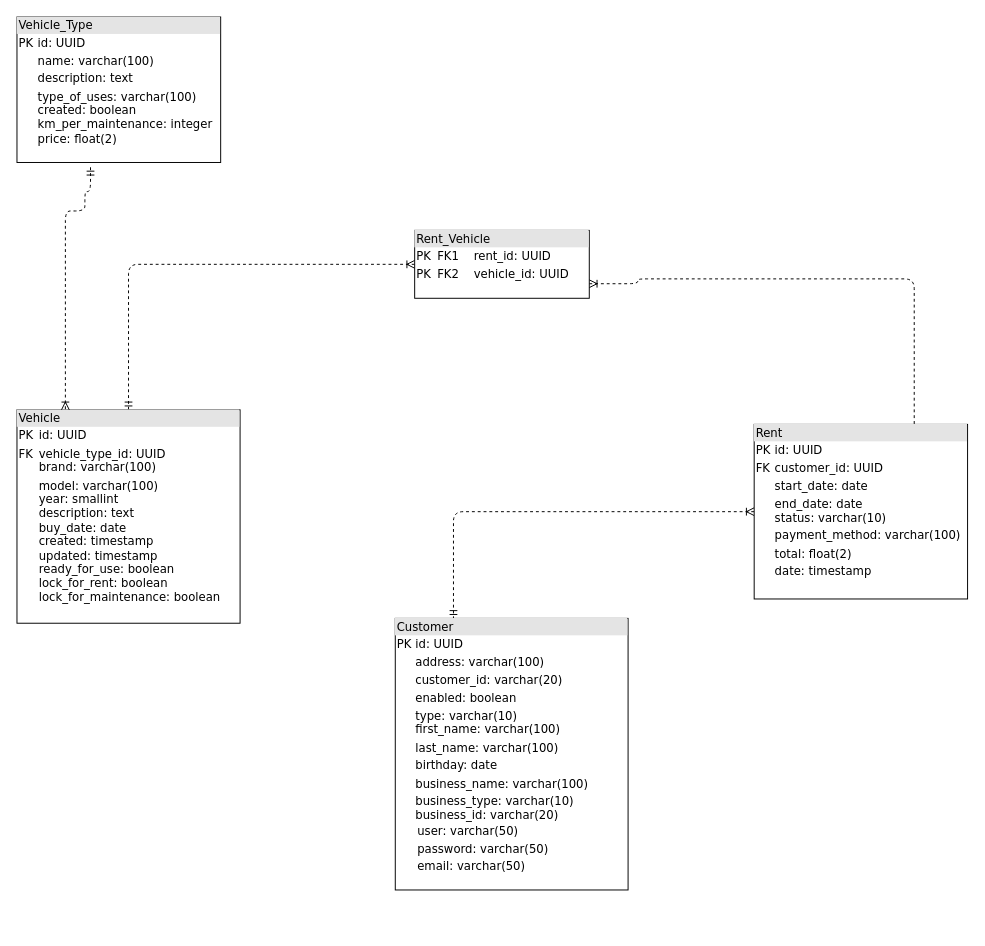
leonardopaolini/ChangosRent keeps this draw.io diagram as docs/design/ERD-vehicle-rent-application .drawio. Above is the earlier version. Source tidied: cells renumbered, new cells numbered last; positions are measured from the earlier drawing's top-left corner, leaving out a move shared by most shapes. Both pictures are drawn from the tidied source at 97%, with x=0, y=0 at pixel (16, 16).
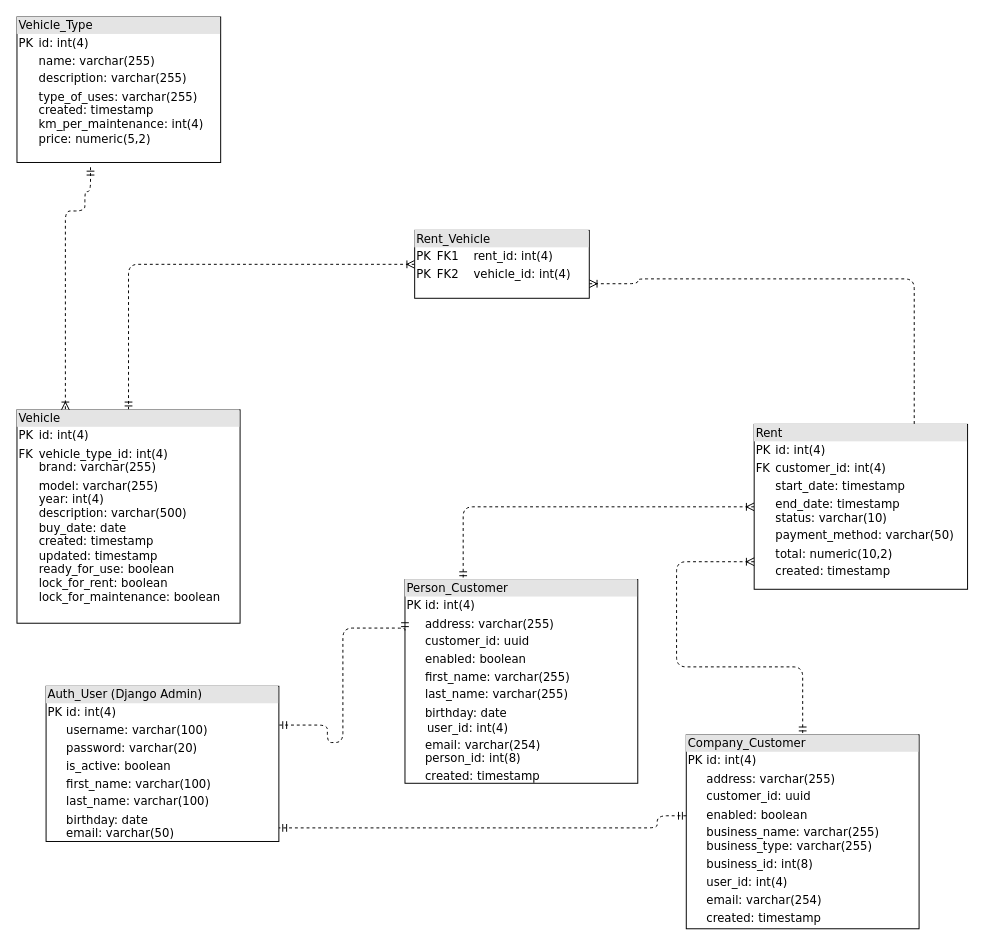
After the change.

What changed in the source:
```diff
@@
-    <mxCell id="4" value="&lt;div style=&quot;box-sizing: border-box ; width: 100% ; background: #e4e4e4 ; padding: 2px&quot;&gt;Rent_Vehicle&lt;/div&gt;&lt;table style=&quot;width: 100% ; font-size: 1em&quot; cellpadding=&quot;2&quot; cellspacing=&quot;0&quot;&gt;&lt;tbody&gt;&lt;tr&gt;&lt;td&gt;PK&lt;/td&gt;&lt;td&gt;FK1&amp;nbsp; &amp;nbsp; rent_id: UUID&lt;/td&gt;&lt;/tr&gt;&lt;tr&gt;&lt;td&gt;PK&lt;/td&gt;&lt;td&gt;FK2&amp;nbsp; &amp;nbsp; vehicle_id: UUID&lt;/td&gt;&lt;/tr&gt;&lt;tr&gt;&lt;td&gt;&lt;br&gt;&lt;/td&gt;&lt;td&gt;&lt;br&gt;&lt;/td&gt;&lt;/tr&gt;&lt;tr&gt;&lt;td&gt;&lt;br&gt;&lt;/td&gt;&lt;td&gt;&lt;br&gt;&lt;/td&gt;&lt;/tr&gt;&lt;tr&gt;&lt;td&gt;&lt;/td&gt;&lt;td&gt;&lt;br&gt;&lt;/td&gt;&lt;/tr&gt;&lt;tr&gt;&lt;td&gt;&lt;/td&gt;&lt;td&gt;&lt;br&gt;&lt;/td&gt;&lt;/tr&gt;&lt;/tbody&gt;&lt;/table&gt;" style="verticalAlign=top;align=left;overflow=fill;html=1;rounded=0;shadow=0;comic=0;labelBackgroundColor=none;strokeWidth=1;fontFamily=Verdana;fontSize=12;" parent="1" vertex="1">
+    <mxCell id="4" value="&lt;div style=&quot;box-sizing: border-box ; width: 100% ; background: #e4e4e4 ; padding: 2px&quot;&gt;Rent_Vehicle&lt;/div&gt;&lt;table style=&quot;width: 100% ; font-size: 1em&quot; cellpadding=&quot;2&quot; cellspacing=&quot;0&quot;&gt;&lt;tbody&gt;&lt;tr&gt;&lt;td&gt;PK&lt;/td&gt;&lt;td&gt;FK1&amp;nbsp; &amp;nbsp; rent_id: int(4)&lt;/td&gt;&lt;/tr&gt;&lt;tr&gt;&lt;td&gt;PK&lt;/td&gt;&lt;td&gt;FK2&amp;nbsp; &amp;nbsp; vehicle_id: int(4)&lt;/td&gt;&lt;/tr&gt;&lt;tr&gt;&lt;td&gt;&lt;br&gt;&lt;/td&gt;&lt;td&gt;&lt;br&gt;&lt;/td&gt;&lt;/tr&gt;&lt;tr&gt;&lt;td&gt;&lt;br&gt;&lt;/td&gt;&lt;td&gt;&lt;br&gt;&lt;/td&gt;&lt;/tr&gt;&lt;tr&gt;&lt;td&gt;&lt;/td&gt;&lt;td&gt;&lt;br&gt;&lt;/td&gt;&lt;/tr&gt;&lt;tr&gt;&lt;td&gt;&lt;/td&gt;&lt;td&gt;&lt;br&gt;&lt;/td&gt;&lt;/tr&gt;&lt;/tbody&gt;&lt;/table&gt;" style="verticalAlign=top;align=left;overflow=fill;html=1;rounded=0;shadow=0;comic=0;labelBackgroundColor=none;strokeWidth=1;fontFamily=Verdana;fontSize=12;" parent="1" vertex="1">
       <mxGeometry x="410" y="220" width="180" height="70" as="geometry" />
     </mxCell>
-    <mxCell id="5" value="&lt;div style=&quot;box-sizing: border-box ; width: 100% ; background: #e4e4e4 ; padding: 2px&quot;&gt;Vehicle_Type&lt;/div&gt;&lt;table style=&quot;width: 100% ; font-size: 1em&quot; cellpadding=&quot;2&quot; cellspacing=&quot;0&quot;&gt;&lt;tbody&gt;&lt;tr&gt;&lt;td&gt;PK&lt;/td&gt;&lt;td&gt;id: UUID&lt;/td&gt;&lt;/tr&gt;&lt;tr&gt;&lt;td&gt;&lt;br&gt;&lt;/td&gt;&lt;td&gt;name: varchar(100)&lt;/td&gt;&lt;/tr&gt;&lt;tr&gt;&lt;td&gt;&lt;/td&gt;&lt;td&gt;description: text&lt;/td&gt;&lt;/tr&gt;&lt;tr&gt;&lt;td&gt;&lt;br&gt;&lt;/td&gt;&lt;td&gt;type_of_uses: varchar(100)&lt;br&gt;created: boolean&lt;br&gt;km_per_maintenance: integer&lt;br&gt;price: float(2)&lt;/td&gt;&lt;/tr&gt;&lt;/tbody&gt;&lt;/table&gt;" style="verticalAlign=top;align=left;overflow=fill;html=1;rounded=0;shadow=0;comic=0;labelBackgroundColor=none;strokeWidth=1;fontFamily=Verdana;fontSize=12;" parent="1" vertex="1">
+    <mxCell id="5" value="&lt;div style=&quot;box-sizing: border-box ; width: 100% ; background: #e4e4e4 ; padding: 2px&quot;&gt;Vehicle_Type&lt;/div&gt;&lt;table style=&quot;width: 100% ; font-size: 1em&quot; cellpadding=&quot;2&quot; cellspacing=&quot;0&quot;&gt;&lt;tbody&gt;&lt;tr&gt;&lt;td&gt;PK&lt;/td&gt;&lt;td&gt;id: int(4)&lt;/td&gt;&lt;/tr&gt;&lt;tr&gt;&lt;td&gt;&lt;br&gt;&lt;/td&gt;&lt;td&gt;name: varchar(255)&lt;/td&gt;&lt;/tr&gt;&lt;tr&gt;&lt;td&gt;&lt;/td&gt;&lt;td&gt;description: varchar(255)&lt;/td&gt;&lt;/tr&gt;&lt;tr&gt;&lt;td&gt;&lt;br&gt;&lt;/td&gt;&lt;td&gt;type_of_uses: varchar(255)&lt;br&gt;created: timestamp&lt;br&gt;km_per_maintenance: int(4)&lt;br&gt;price: numeric(5,2)&lt;br&gt;&lt;br&gt;&lt;/td&gt;&lt;/tr&gt;&lt;/tbody&gt;&lt;/table&gt;" style="verticalAlign=top;align=left;overflow=fill;html=1;rounded=0;shadow=0;comic=0;labelBackgroundColor=none;strokeWidth=1;fontFamily=Verdana;fontSize=12;" parent="1" vertex="1">
       <mxGeometry width="210" height="150" as="geometry" />
     </mxCell>
@@
-    <mxCell id="7" value="&lt;div style=&quot;box-sizing: border-box ; width: 100% ; background: #e4e4e4 ; padding: 2px&quot;&gt;Rent&lt;/div&gt;&lt;table style=&quot;width: 100% ; font-size: 1em&quot; cellpadding=&quot;2&quot; cellspacing=&quot;0&quot;&gt;&lt;tbody&gt;&lt;tr&gt;&lt;td&gt;PK&lt;/td&gt;&lt;td&gt;id: UUID&lt;/td&gt;&lt;/tr&gt;&lt;tr&gt;&lt;td&gt;FK&lt;/td&gt;&lt;td&gt;customer_id: UUID&lt;/td&gt;&lt;/tr&gt;&lt;tr&gt;&lt;td&gt;&lt;/td&gt;&lt;td&gt;start_date: date&lt;/td&gt;&lt;/tr&gt;&lt;tr&gt;&lt;td&gt;&lt;br&gt;&lt;/td&gt;&lt;td&gt;end_date: date&lt;br&gt;status: varchar(10)&lt;/td&gt;&lt;/tr&gt;&lt;tr&gt;&lt;td&gt;&lt;br&gt;&lt;/td&gt;&lt;td&gt;payment_method: varchar(100)&lt;br&gt;&lt;/td&gt;&lt;/tr&gt;&lt;tr&gt;&lt;td&gt;&lt;br&gt;&lt;/td&gt;&lt;td&gt;total: float(2)&lt;br&gt;&lt;/td&gt;&lt;/tr&gt;&lt;tr&gt;&lt;td&gt;&lt;br&gt;&lt;/td&gt;&lt;td&gt;date: timestamp&lt;br&gt;&lt;/td&gt;&lt;/tr&gt;&lt;tr&gt;&lt;td&gt;&lt;br&gt;&lt;/td&gt;&lt;td&gt;&lt;br&gt;&lt;/td&gt;&lt;/tr&gt;&lt;tr&gt;&lt;td&gt;&lt;br&gt;&lt;/td&gt;&lt;td&gt;&lt;br&gt;&lt;/td&gt;&lt;/tr&gt;&lt;tr&gt;&lt;td&gt;&lt;br&gt;&lt;/td&gt;&lt;td&gt;&lt;br&gt;&lt;/td&gt;&lt;/tr&gt;&lt;tr&gt;&lt;td&gt;&lt;br&gt;&lt;/td&gt;&lt;td&gt;&lt;br&gt;&lt;/td&gt;&lt;/tr&gt;&lt;tr&gt;&lt;td&gt;&lt;br&gt;&lt;/td&gt;&lt;td&gt;&lt;br&gt;&lt;/td&gt;&lt;/tr&gt;&lt;/tbody&gt;&lt;/table&gt;" style="verticalAlign=top;align=left;overflow=fill;html=1;rounded=0;shadow=0;comic=0;labelBackgroundColor=none;strokeWidth=1;fontFamily=Verdana;fontSize=12;" parent="1" vertex="1">
-      <mxGeometry x="760" y="420" width="220" height="180" as="geometry" />
+    <mxCell id="7" value="&lt;div style=&quot;box-sizing: border-box ; width: 100% ; background: #e4e4e4 ; padding: 2px&quot;&gt;Rent&lt;/div&gt;&lt;table style=&quot;width: 100% ; font-size: 1em&quot; cellpadding=&quot;2&quot; cellspacing=&quot;0&quot;&gt;&lt;tbody&gt;&lt;tr&gt;&lt;td&gt;PK&lt;/td&gt;&lt;td&gt;id: int(4)&lt;/td&gt;&lt;/tr&gt;&lt;tr&gt;&lt;td&gt;FK&lt;/td&gt;&lt;td&gt;customer_id: int(4)&lt;/td&gt;&lt;/tr&gt;&lt;tr&gt;&lt;td&gt;&lt;/td&gt;&lt;td&gt;start_date: timestamp&lt;/td&gt;&lt;/tr&gt;&lt;tr&gt;&lt;td&gt;&lt;br&gt;&lt;/td&gt;&lt;td&gt;end_date: timestamp&lt;br&gt;status: varchar(10)&lt;/td&gt;&lt;/tr&gt;&lt;tr&gt;&lt;td&gt;&lt;br&gt;&lt;/td&gt;&lt;td&gt;payment_method: varchar(50)&lt;br&gt;&lt;/td&gt;&lt;/tr&gt;&lt;tr&gt;&lt;td&gt;&lt;br&gt;&lt;/td&gt;&lt;td&gt;total: numeric(10,2)&lt;br&gt;&lt;/td&gt;&lt;/tr&gt;&lt;tr&gt;&lt;td&gt;&lt;br&gt;&lt;/td&gt;&lt;td&gt;created: timestamp&lt;br&gt;&lt;/td&gt;&lt;/tr&gt;&lt;tr&gt;&lt;td&gt;&lt;br&gt;&lt;/td&gt;&lt;td&gt;&lt;br&gt;&lt;/td&gt;&lt;/tr&gt;&lt;tr&gt;&lt;td&gt;&lt;br&gt;&lt;/td&gt;&lt;td&gt;&lt;br&gt;&lt;/td&gt;&lt;/tr&gt;&lt;tr&gt;&lt;td&gt;&lt;br&gt;&lt;/td&gt;&lt;td&gt;&lt;br&gt;&lt;/td&gt;&lt;/tr&gt;&lt;tr&gt;&lt;td&gt;&lt;br&gt;&lt;/td&gt;&lt;td&gt;&lt;br&gt;&lt;/td&gt;&lt;/tr&gt;&lt;tr&gt;&lt;td&gt;&lt;br&gt;&lt;/td&gt;&lt;td&gt;&lt;br&gt;&lt;/td&gt;&lt;/tr&gt;&lt;/tbody&gt;&lt;/table&gt;" style="verticalAlign=top;align=left;overflow=fill;html=1;rounded=0;shadow=0;comic=0;labelBackgroundColor=none;strokeWidth=1;fontFamily=Verdana;fontSize=12;" parent="1" vertex="1">
+      <mxGeometry x="760" y="420" width="220" height="170" as="geometry" />
     </mxCell>
-    <mxCell id="8" value="&lt;div style=&quot;box-sizing:border-box;width:100%;background:#e4e4e4;padding:2px;&quot;&gt;Vehicle&lt;/div&gt;&lt;table style=&quot;width:100%;font-size:1em;&quot; cellpadding=&quot;2&quot; cellspacing=&quot;0&quot;&gt;&lt;tbody&gt;&lt;tr&gt;&lt;td&gt;PK&lt;/td&gt;&lt;td&gt;id: UUID&lt;/td&gt;&lt;/tr&gt;&lt;tr&gt;&lt;td&gt;FK&lt;br&gt;&lt;br&gt;&lt;/td&gt;&lt;td&gt;vehicle_type_id: UUID&lt;br&gt;brand: varchar(100)&lt;/td&gt;&lt;/tr&gt;&lt;tr&gt;&lt;td&gt;&lt;/td&gt;&lt;td&gt;model: varchar(100)&lt;br&gt;year: smallint&lt;br&gt;description: text&lt;br&gt;buy_date: date&lt;br&gt;created: timestamp&lt;br&gt;updated: timestamp&lt;br&gt;ready_for_use: boolean&lt;br&gt;lock_for_rent: boolean&lt;br&gt;lock_for_maintenance: boolean&lt;br&gt;&lt;br&gt;&lt;br&gt;&lt;/td&gt;&lt;/tr&gt;&lt;/tbody&gt;&lt;/table&gt;" style="verticalAlign=top;align=left;overflow=fill;html=1;rounded=0;shadow=0;comic=0;labelBackgroundColor=none;strokeWidth=1;fontFamily=Verdana;fontSize=12;" parent="1" vertex="1">
+    <mxCell id="8" value="&lt;div style=&quot;box-sizing:border-box;width:100%;background:#e4e4e4;padding:2px;&quot;&gt;Vehicle&lt;/div&gt;&lt;table style=&quot;width:100%;font-size:1em;&quot; cellpadding=&quot;2&quot; cellspacing=&quot;0&quot;&gt;&lt;tbody&gt;&lt;tr&gt;&lt;td&gt;PK&lt;/td&gt;&lt;td&gt;id: int(4)&lt;/td&gt;&lt;/tr&gt;&lt;tr&gt;&lt;td&gt;FK&lt;br&gt;&lt;br&gt;&lt;/td&gt;&lt;td&gt;vehicle_type_id: int(4)&lt;br&gt;brand: varchar(255)&lt;/td&gt;&lt;/tr&gt;&lt;tr&gt;&lt;td&gt;&lt;/td&gt;&lt;td&gt;model: varchar(255)&lt;br&gt;year: int(4)&lt;br&gt;description: varchar(500)&lt;br&gt;buy_date: date&lt;br&gt;created: timestamp&lt;br&gt;updated: timestamp&lt;br&gt;ready_for_use: boolean&lt;br&gt;lock_for_rent: boolean&lt;br&gt;lock_for_maintenance: boolean&lt;br&gt;&lt;br&gt;&lt;br&gt;&lt;/td&gt;&lt;/tr&gt;&lt;/tbody&gt;&lt;/table&gt;" style="verticalAlign=top;align=left;overflow=fill;html=1;rounded=0;shadow=0;comic=0;labelBackgroundColor=none;strokeWidth=1;fontFamily=Verdana;fontSize=12;" parent="1" vertex="1">
       <mxGeometry y="405" width="230" height="220" as="geometry" />
     </mxCell>
-    <mxCell id="9" value="&lt;div style=&quot;box-sizing: border-box ; width: 100% ; background: #e4e4e4 ; padding: 2px&quot;&gt;Customer&lt;/div&gt;&lt;table style=&quot;width: 100% ; font-size: 1em&quot; cellpadding=&quot;2&quot; cellspacing=&quot;0&quot;&gt;&lt;tbody&gt;&lt;tr&gt;&lt;td&gt;PK&lt;/td&gt;&lt;td&gt;id: UUID&lt;/td&gt;&lt;/tr&gt;&lt;tr&gt;&lt;td&gt;&lt;br&gt;&lt;/td&gt;&lt;td&gt;address: varchar(100)&lt;/td&gt;&lt;/tr&gt;&lt;tr&gt;&lt;td&gt;&lt;/td&gt;&lt;td&gt;customer_id: varchar(20)&lt;/td&gt;&lt;/tr&gt;&lt;tr&gt;&lt;td&gt;&lt;br&gt;&lt;/td&gt;&lt;td&gt;enabled: boolean&lt;br&gt;&lt;/td&gt;&lt;/tr&gt;&lt;tr&gt;&lt;td&gt;&lt;br&gt;&lt;br&gt;&lt;/td&gt;&lt;td&gt;type: varchar(10)&lt;br&gt;first_name: varchar(100)&lt;br&gt;&lt;/td&gt;&lt;/tr&gt;&lt;tr&gt;&lt;td&gt;&lt;br&gt;&lt;/td&gt;&lt;td&gt;last_name: varchar(100)&lt;br&gt;&lt;/td&gt;&lt;/tr&gt;&lt;tr&gt;&lt;td&gt;&lt;br&gt;&lt;/td&gt;&lt;td&gt;birthday: date&lt;br&gt;&lt;/td&gt;&lt;/tr&gt;&lt;tr&gt;&lt;td&gt;&lt;br&gt;&lt;/td&gt;&lt;td&gt;business_name: varchar(100)&lt;br&gt;&lt;/td&gt;&lt;/tr&gt;&lt;tr&gt;&lt;td&gt;&lt;br&gt;&lt;/td&gt;&lt;td&gt;business_type: varchar(10)&lt;br&gt;business_id: varchar(20)&lt;br&gt;&lt;table style=&quot;font-size: 1em; width: 240px;&quot; cellpadding=&quot;2&quot; cellspacing=&quot;0&quot;&gt;&lt;tbody&gt;&lt;tr&gt;&lt;td&gt;user: varchar(50)&lt;/td&gt;&lt;/tr&gt;&lt;tr&gt;&lt;td&gt;password: varchar(50)&lt;span style=&quot;white-space: pre;&quot;&gt;&#9;&lt;/span&gt;&lt;span style=&quot;white-space: pre;&quot;&gt;&#9;&lt;/span&gt;&lt;span style=&quot;white-space: pre;&quot;&gt;&#9;&lt;/span&gt;&lt;span style=&quot;white-space: pre;&quot;&gt;&#9;&lt;/span&gt;&lt;br&gt;&lt;/td&gt;&lt;td&gt;&lt;br&gt;&lt;/td&gt;&lt;/tr&gt;&lt;tr&gt;&lt;td&gt;email: varchar(50)&lt;br&gt;&lt;/td&gt;&lt;td&gt;&lt;br&gt;&lt;/td&gt;&lt;/tr&gt;&lt;/tbody&gt;&lt;/table&gt;&lt;/td&gt;&lt;/tr&gt;&lt;tr&gt;&lt;td&gt;&lt;br&gt;&lt;/td&gt;&lt;td&gt;&lt;br&gt;&lt;/td&gt;&lt;/tr&gt;&lt;/tbody&gt;&lt;/table&gt;" style="verticalAlign=top;align=left;overflow=fill;html=1;rounded=0;shadow=0;comic=0;labelBackgroundColor=none;strokeWidth=1;fontFamily=Verdana;fontSize=12;" parent="1" vertex="1">
-      <mxGeometry x="390" y="620" width="240" height="280" as="geometry" />
+    <mxCell id="9" value="&lt;div style=&quot;box-sizing: border-box ; width: 100% ; background: #e4e4e4 ; padding: 2px&quot;&gt;Person_Customer&lt;/div&gt;&lt;table style=&quot;width: 100% ; font-size: 1em&quot; cellpadding=&quot;2&quot; cellspacing=&quot;0&quot;&gt;&lt;tbody&gt;&lt;tr&gt;&lt;td&gt;PK&lt;/td&gt;&lt;td&gt;id: int(4)&lt;/td&gt;&lt;/tr&gt;&lt;tr&gt;&lt;td&gt;&lt;br&gt;&lt;/td&gt;&lt;td&gt;address: varchar(255)&lt;/td&gt;&lt;/tr&gt;&lt;tr&gt;&lt;td&gt;&lt;/td&gt;&lt;td&gt;customer_id: uuid&lt;/td&gt;&lt;/tr&gt;&lt;tr&gt;&lt;td&gt;&lt;br&gt;&lt;/td&gt;&lt;td&gt;enabled: boolean&lt;br&gt;&lt;/td&gt;&lt;/tr&gt;&lt;tr&gt;&lt;td&gt;&lt;br&gt;&lt;/td&gt;&lt;td&gt;first_name: varchar(255)&lt;br&gt;&lt;/td&gt;&lt;/tr&gt;&lt;tr&gt;&lt;td&gt;&lt;br&gt;&lt;/td&gt;&lt;td&gt;last_name: varchar(255)&lt;br&gt;&lt;/td&gt;&lt;/tr&gt;&lt;tr&gt;&lt;td&gt;&lt;br&gt;&lt;/td&gt;&lt;td&gt;birthday: date&lt;br&gt;&lt;table style=&quot;font-size: 1em; width: 240px;&quot; cellpadding=&quot;2&quot; cellspacing=&quot;0&quot;&gt;&lt;tbody&gt;&lt;tr&gt;&lt;td&gt;user_id: int(4)&lt;/td&gt;&lt;/tr&gt;&lt;tr&gt;&lt;/tr&gt;&lt;/tbody&gt;&lt;/table&gt;email: varchar(254)&lt;br&gt;person_id: int(8)&lt;/td&gt;&lt;/tr&gt;&lt;tr&gt;&lt;td&gt;&lt;/td&gt;&lt;td&gt;created: timestamp&lt;br&gt;&lt;/td&gt;&lt;/tr&gt;&lt;tr&gt;&lt;td&gt;&lt;/td&gt;&lt;td&gt;&lt;table style=&quot;font-size: 1em; width: 240px;&quot; cellpadding=&quot;2&quot; cellspacing=&quot;0&quot;&gt;&lt;tbody&gt;&lt;/tbody&gt;&lt;/table&gt;&lt;/td&gt;&lt;/tr&gt;&lt;/tbody&gt;&lt;/table&gt;" style="verticalAlign=top;align=left;overflow=fill;html=1;rounded=0;shadow=0;comic=0;labelBackgroundColor=none;strokeWidth=1;fontFamily=Verdana;fontSize=12;" parent="1" vertex="1">
+      <mxGeometry x="400" y="580" width="240" height="210" as="geometry" />
     </mxCell>
@@
+    <mxCell id="11" value="&lt;div style=&quot;box-sizing: border-box ; width: 100% ; background: #e4e4e4 ; padding: 2px&quot;&gt;Company_Customer&lt;/div&gt;&lt;table style=&quot;width: 100% ; font-size: 1em&quot; cellpadding=&quot;2&quot; cellspacing=&quot;0&quot;&gt;&lt;tbody&gt;&lt;tr&gt;&lt;td&gt;PK&lt;/td&gt;&lt;td&gt;id: int(4)&lt;/td&gt;&lt;/tr&gt;&lt;tr&gt;&lt;td&gt;&lt;br&gt;&lt;/td&gt;&lt;td&gt;address: varchar(255)&lt;/td&gt;&lt;/tr&gt;&lt;tr&gt;&lt;td&gt;&lt;/td&gt;&lt;td&gt;customer_id: uuid&lt;/td&gt;&lt;/tr&gt;&lt;tr&gt;&lt;td&gt;&lt;br&gt;&lt;/td&gt;&lt;td&gt;enabled: boolean&lt;br&gt;&lt;/td&gt;&lt;/tr&gt;&lt;tr&gt;&lt;td&gt;&lt;br&gt;&lt;br&gt;&lt;/td&gt;&lt;td&gt;business_name: varchar(255)&lt;br&gt;business_type: varchar(255)&lt;br&gt;&lt;/td&gt;&lt;/tr&gt;&lt;tr&gt;&lt;td&gt;&lt;br&gt;&lt;/td&gt;&lt;td&gt;business_id: int(8)&lt;br&gt;&lt;/td&gt;&lt;/tr&gt;&lt;tr&gt;&lt;td&gt;&lt;br&gt;&lt;/td&gt;&lt;td&gt;user_id: int(4)&lt;br&gt;&lt;/td&gt;&lt;/tr&gt;&lt;tr&gt;&lt;td&gt;&lt;br&gt;&lt;/td&gt;&lt;td&gt;email: varchar(254)&lt;br&gt;&lt;/td&gt;&lt;/tr&gt;&lt;tr&gt;&lt;td&gt;&lt;br&gt;&lt;/td&gt;&lt;td&gt;created: timestamp&lt;br&gt;&lt;br&gt;&lt;table style=&quot;font-size: 1em; width: 240px;&quot; cellpadding=&quot;2&quot; cellspacing=&quot;0&quot;&gt;&lt;tbody&gt;&lt;tr&gt;&lt;td&gt;&lt;/td&gt;&lt;/tr&gt;&lt;tr&gt;&lt;td&gt;&lt;span style=&quot;white-space: pre;&quot;&gt;&#9;&lt;/span&gt;&lt;span style=&quot;white-space: pre;&quot;&gt;&#9;&lt;/span&gt;&lt;span style=&quot;white-space: pre;&quot;&gt;&#9;&lt;/span&gt;&lt;span style=&quot;white-space: pre;&quot;&gt;&#9;&lt;/span&gt;&lt;br&gt;&lt;/td&gt;&lt;td&gt;&lt;br&gt;&lt;/td&gt;&lt;/tr&gt;&lt;tr&gt;&lt;td&gt;&lt;br&gt;&lt;/td&gt;&lt;td&gt;&lt;br&gt;&lt;/td&gt;&lt;/tr&gt;&lt;/tbody&gt;&lt;/table&gt;&lt;/td&gt;&lt;/tr&gt;&lt;tr&gt;&lt;td&gt;&lt;br&gt;&lt;/td&gt;&lt;td&gt;&lt;br&gt;&lt;/td&gt;&lt;/tr&gt;&lt;/tbody&gt;&lt;/table&gt;" style="verticalAlign=top;align=left;overflow=fill;html=1;rounded=0;shadow=0;comic=0;labelBackgroundColor=none;strokeWidth=1;fontFamily=Verdana;fontSize=12;" parent="1" vertex="1">
+      <mxGeometry x="690" y="740" width="240" height="200" as="geometry" />
+    </mxCell>
+    <mxCell id="12" style="edgeStyle=orthogonalEdgeStyle;html=1;dashed=1;labelBackgroundColor=none;startArrow=ERoneToMany;endArrow=ERmandOne;fontFamily=Verdana;fontSize=12;align=left;endFill=0;startFill=0;exitX=0;exitY=0.833;exitDx=0;exitDy=0;exitPerimeter=0;" parent="1" edge="1" source="7" target="11">
+      <mxGeometry relative="1" as="geometry">
+        <Array as="points">
+          <mxPoint x="680" y="562" />
+          <mxPoint x="680" y="670" />
+          <mxPoint x="810" y="670" />
+        </Array>
+      </mxGeometry>
+    </mxCell>
+    <mxCell id="13" value="&lt;div style=&quot;box-sizing: border-box ; width: 100% ; background: #e4e4e4 ; padding: 2px&quot;&gt;Auth_User (Django Admin)&lt;/div&gt;&lt;table style=&quot;width: 100% ; font-size: 1em&quot; cellpadding=&quot;2&quot; cellspacing=&quot;0&quot;&gt;&lt;tbody&gt;&lt;tr&gt;&lt;td&gt;PK&lt;/td&gt;&lt;td&gt;id: int(4)&lt;/td&gt;&lt;/tr&gt;&lt;tr&gt;&lt;td&gt;&lt;br&gt;&lt;/td&gt;&lt;td&gt;username: varchar(100)&lt;/td&gt;&lt;/tr&gt;&lt;tr&gt;&lt;td&gt;&lt;/td&gt;&lt;td&gt;password: varchar(20)&lt;/td&gt;&lt;/tr&gt;&lt;tr&gt;&lt;td&gt;&lt;br&gt;&lt;/td&gt;&lt;td&gt;is_active: boolean&lt;br&gt;&lt;/td&gt;&lt;/tr&gt;&lt;tr&gt;&lt;td&gt;&lt;br&gt;&lt;/td&gt;&lt;td&gt;first_name: varchar(100)&lt;br&gt;&lt;/td&gt;&lt;/tr&gt;&lt;tr&gt;&lt;td&gt;&lt;br&gt;&lt;/td&gt;&lt;td&gt;last_name: varchar(100)&lt;br&gt;&lt;/td&gt;&lt;/tr&gt;&lt;tr&gt;&lt;td&gt;&lt;br&gt;&lt;/td&gt;&lt;td&gt;birthday: date&lt;br&gt;email: varchar(50)&lt;br&gt;&lt;/td&gt;&lt;/tr&gt;&lt;tr&gt;&lt;td&gt;&lt;/td&gt;&lt;td&gt;&lt;br&gt;&lt;/td&gt;&lt;/tr&gt;&lt;tr&gt;&lt;td&gt;&lt;/td&gt;&lt;td&gt;&lt;table style=&quot;font-size: 1em; width: 240px;&quot; cellpadding=&quot;2&quot; cellspacing=&quot;0&quot;&gt;&lt;tbody&gt;&lt;/tbody&gt;&lt;/table&gt;&lt;/td&gt;&lt;/tr&gt;&lt;/tbody&gt;&lt;/table&gt;" style="verticalAlign=top;align=left;overflow=fill;html=1;rounded=0;shadow=0;comic=0;labelBackgroundColor=none;strokeWidth=1;fontFamily=Verdana;fontSize=12;" parent="1" vertex="1">
+      <mxGeometry x="30" y="690" width="240" height="160" as="geometry" />
+    </mxCell>
+    <mxCell id="14" style="edgeStyle=orthogonalEdgeStyle;html=1;dashed=1;labelBackgroundColor=none;startArrow=ERmandOne;endArrow=ERmandOne;fontFamily=Verdana;fontSize=12;align=left;exitX=0;exitY=0.25;exitDx=0;exitDy=0;endFill=0;entryX=1;entryY=0.25;entryDx=0;entryDy=0;" parent="1" edge="1" source="9" target="13">
+      <mxGeometry relative="1" as="geometry">
+        <Array as="points">
+          <mxPoint x="336" y="630" />
+          <mxPoint x="336" y="748" />
+          <mxPoint x="320" y="748" />
+          <mxPoint x="320" y="730" />
+        </Array>
+      </mxGeometry>
+    </mxCell>
+    <mxCell id="15" style="edgeStyle=orthogonalEdgeStyle;html=1;dashed=1;labelBackgroundColor=none;startArrow=ERmandOne;endArrow=ERmandOne;fontFamily=Verdana;fontSize=12;align=left;exitX=0;exitY=0.5;exitDx=0;exitDy=0;endFill=0;entryX=1;entryY=0.75;entryDx=0;entryDy=0;" parent="1" edge="1">
+      <mxGeometry relative="1" as="geometry">
+        <mxPoint x="690" y="823.5" as="sourcePoint" />
+        <mxPoint x="270" y="836" as="targetPoint" />
+        <Array as="points">
+          <mxPoint x="660" y="824" />
+          <mxPoint x="660" y="836" />
+        </Array>
+      </mxGeometry>
+    </mxCell>
```
